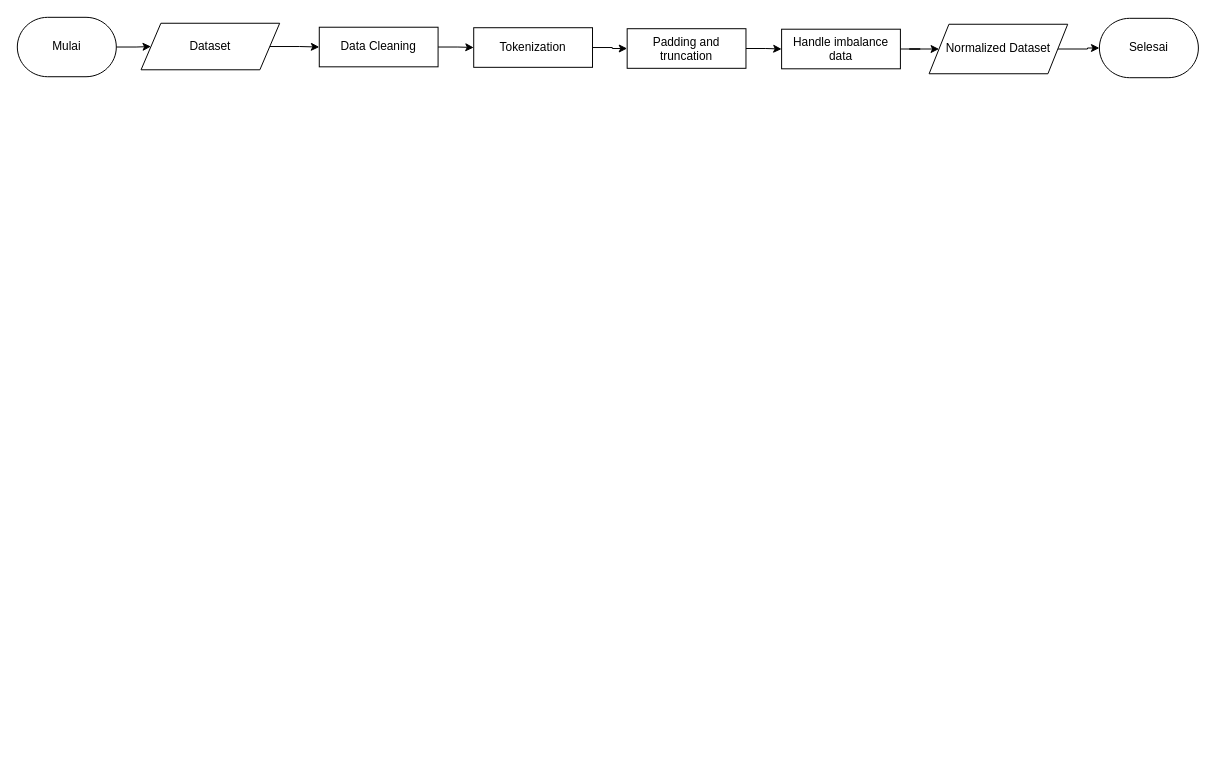
Above: Metode.drawio in meisyareptiana/design_database (draw.io), before the change. Source tidied: cells renumbered, new cells numbered last; positions are measured from the earlier drawing's top-left corner, leaving out a move shared by most shapes. Both pictures are drawn from the tidied source at 99%, with x=0, y=0 at pixel (17, 17).
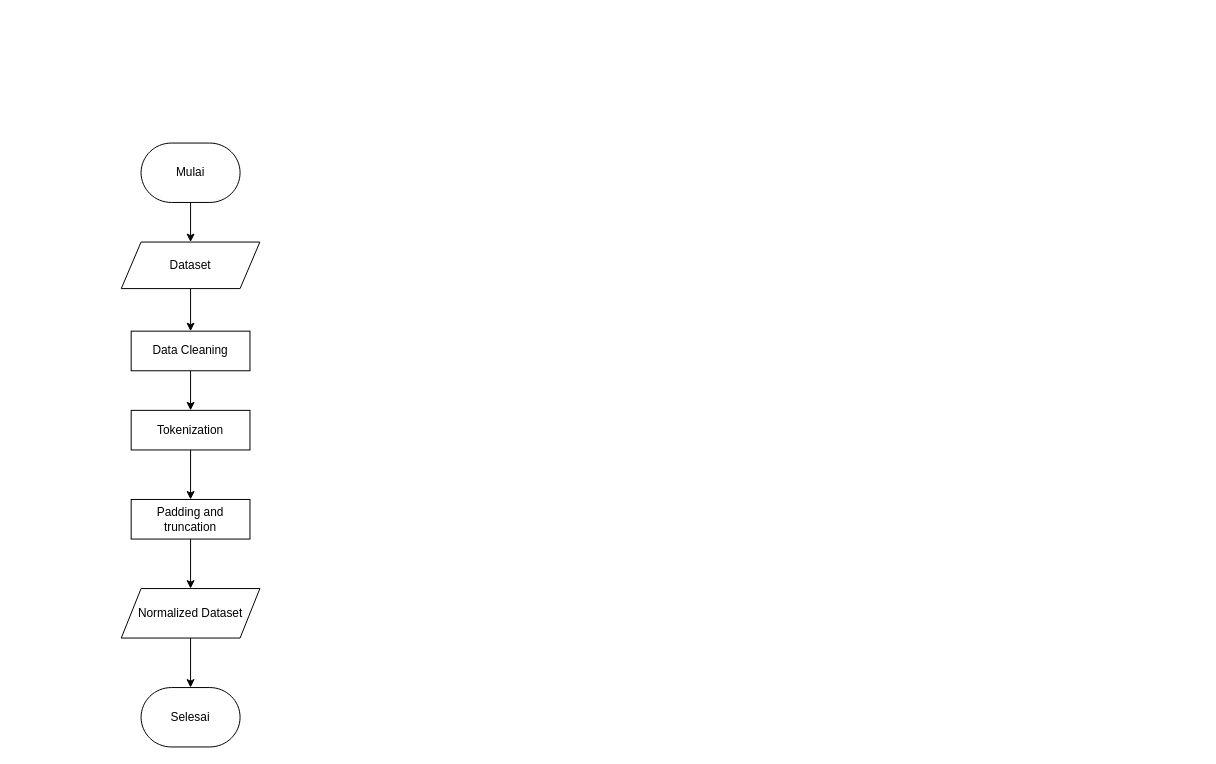
The same page after the edit.

Diff of the diagram source:
```diff
@@
 <mxGraphModel>
   <root>
     <mxCell id="0" />
     <mxCell id="1" parent="0" />
     <mxCell id="2" value="Selesai" style="fixedSize=1;html=1;shape=mxgraph.flowchart.terminator;whiteSpace=wrap;" parent="1" vertex="1">
-      <mxGeometry x="1093" y="1" width="100" height="60" as="geometry" />
+      <mxGeometry x="125" y="677" width="100" height="60" as="geometry" />
     </mxCell>
     <mxCell id="3" style="edgeStyle=orthogonalEdgeStyle;rounded=0;jettySize=auto;html=1;" parent="1" edge="1" source="4" target="6">
       <mxGeometry relative="1" as="geometry" />
     </mxCell>
     <mxCell id="4" value="Data Cleaning" style="rounded=0;whiteSpace=wrap;html=1;" parent="1" vertex="1">
-      <mxGeometry x="305" y="10" width="120" height="40" as="geometry" />
+      <mxGeometry x="115" y="317" width="120" height="40" as="geometry" />
     </mxCell>
     <mxCell id="5" style="edgeStyle=orthogonalEdgeStyle;rounded=0;jettySize=auto;html=1;" parent="1" edge="1" source="6" target="8">
       <mxGeometry relative="1" as="geometry" />
     </mxCell>
     <mxCell id="6" value="Tokenization" style="rounded=0;whiteSpace=wrap;html=1;" parent="1" vertex="1">
-      <mxGeometry x="461" y="10.5" width="120" height="40" as="geometry" />
+      <mxGeometry x="115" y="397" width="120" height="40" as="geometry" />
     </mxCell>
-    <mxCell id="7" style="edgeStyle=orthogonalEdgeStyle;rounded=0;jettySize=auto;html=1;" parent="1" edge="1" source="8" target="10">
-      <mxGeometry relative="1" as="geometry" />
-    </mxCell>
+    <mxCell id="18" style="edgeStyle=orthogonalEdgeStyle;rounded=0;jettySize=auto;html=1;" parent="1" edge="1" source="8" target="16">
+      <mxGeometry relative="1" as="geometry" />
+    </mxCell>
     <mxCell id="8" value="Padding and truncation" style="rounded=0;whiteSpace=wrap;html=1;" parent="1" vertex="1">
-      <mxGeometry x="616" y="11.5" width="120" height="40" as="geometry" />
+      <mxGeometry x="115" y="487" width="120" height="40" as="geometry" />
     </mxCell>
-    <mxCell id="9" style="edgeStyle=orthogonalEdgeStyle;rounded=0;jettySize=auto;html=1;" parent="1" edge="1" source="10" target="16">
-      <mxGeometry relative="1" as="geometry" />
-    </mxCell>
-    <mxCell id="10" value="Handle imbalance data" style="rounded=0;whiteSpace=wrap;html=1;" parent="1" vertex="1">
-      <mxGeometry x="772" y="12" width="120" height="40" as="geometry" />
-    </mxCell>
     <mxCell id="11" style="edgeStyle=orthogonalEdgeStyle;rounded=0;jettySize=auto;html=1;" parent="1" edge="1" source="12" target="4">
       <mxGeometry relative="1" as="geometry" />
     </mxCell>
     <mxCell id="12" value="Dataset" style="shape=parallelogram;perimeter=parallelogramPerimeter;whiteSpace=wrap;html=1;fixedSize=1;" parent="1" vertex="1">
-      <mxGeometry x="125" y="6" width="140" height="47" as="geometry" />
+      <mxGeometry x="105" y="227" width="140" height="47" as="geometry" />
     </mxCell>
     <mxCell id="13" style="edgeStyle=orthogonalEdgeStyle;rounded=0;jettySize=auto;html=1;" parent="1" edge="1" source="14" target="12">
       <mxGeometry relative="1" as="geometry" />
     </mxCell>
     <mxCell id="14" value="Mulai" style="fixedSize=1;html=1;shape=mxgraph.flowchart.terminator;whiteSpace=wrap;" parent="1" vertex="1">
-      <mxGeometry width="100" height="60" as="geometry" />
+      <mxGeometry x="125" y="127" width="100" height="60" as="geometry" />
     </mxCell>
     <mxCell id="15" style="edgeStyle=orthogonalEdgeStyle;rounded=0;jettySize=auto;html=1;" parent="1" edge="1" source="16" target="2">
       <mxGeometry relative="1" as="geometry" />
     </mxCell>
     <mxCell id="16" value="Normalized Dataset" style="shape=parallelogram;perimeter=parallelogramPerimeter;whiteSpace=wrap;html=1;fixedSize=1;" parent="1" vertex="1">
-      <mxGeometry x="921" y="7" width="140" height="50" as="geometry" />
+      <mxGeometry x="105" y="577" width="140" height="50" as="geometry" />
     </mxCell>
     <mxCell id="17" style="edgeStyle=orthogonalEdgeStyle;rounded=0;orthogonalLoop=1;jettySize=auto;html=1;exitX=0.5;exitY=1;exitDx=0;exitDy=0;" parent="1" edge="1" source="8" target="8">
       <mxGeometry relative="1" as="geometry" />
     </mxCell>
   </root>
 </mxGraphModel>
```
